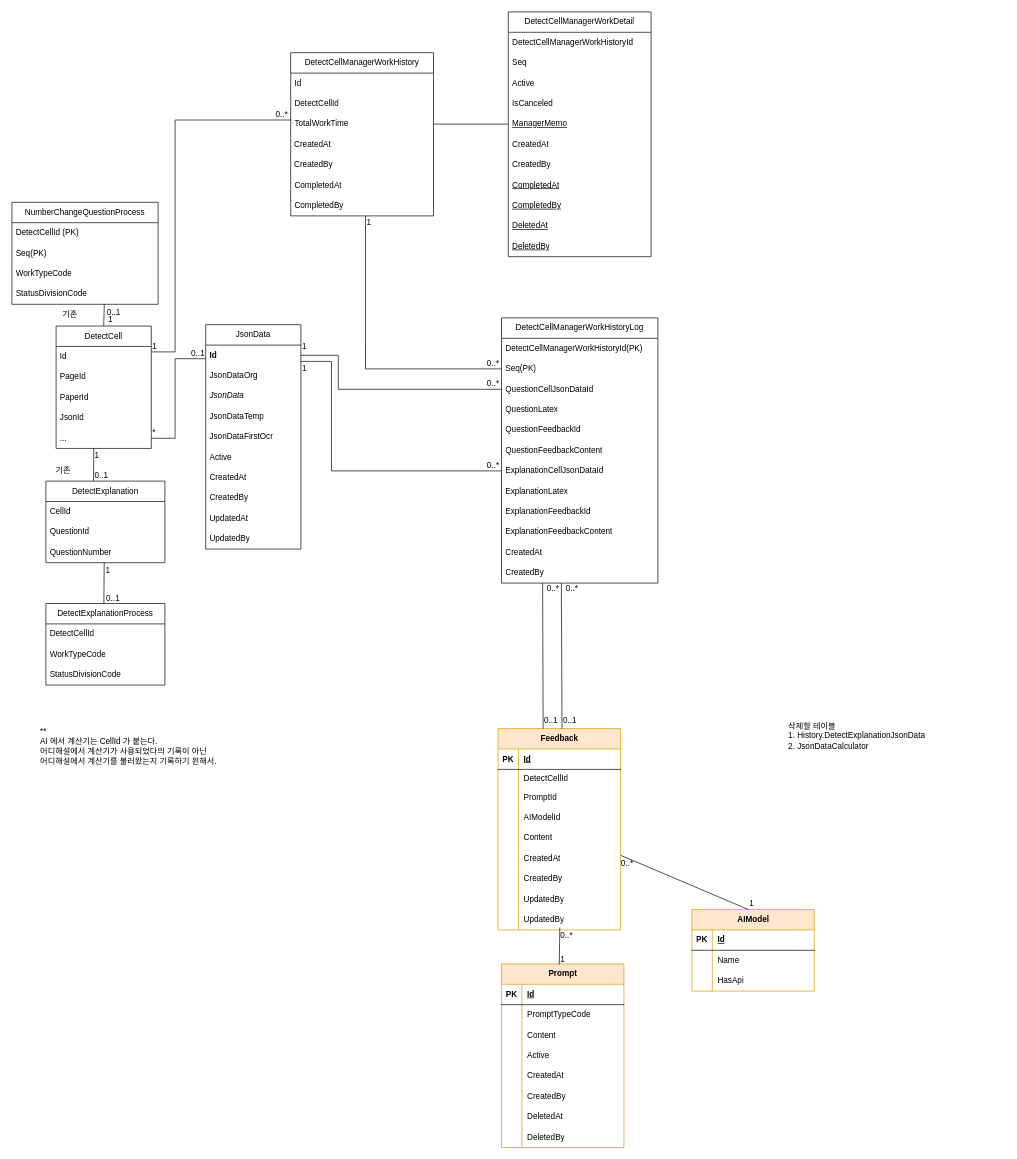
The draw.io diagram 해설계산기.drawio in hyeonzx/Explanation_Calculator, before the edit. Source tidied: cells renumbered, new cells numbered last; positions are measured from the earlier drawing's top-left corner, leaving out a move shared by most shapes. Both pictures are drawn from the tidied source at 68%, with x=0, y=0 at pixel (12, 12).
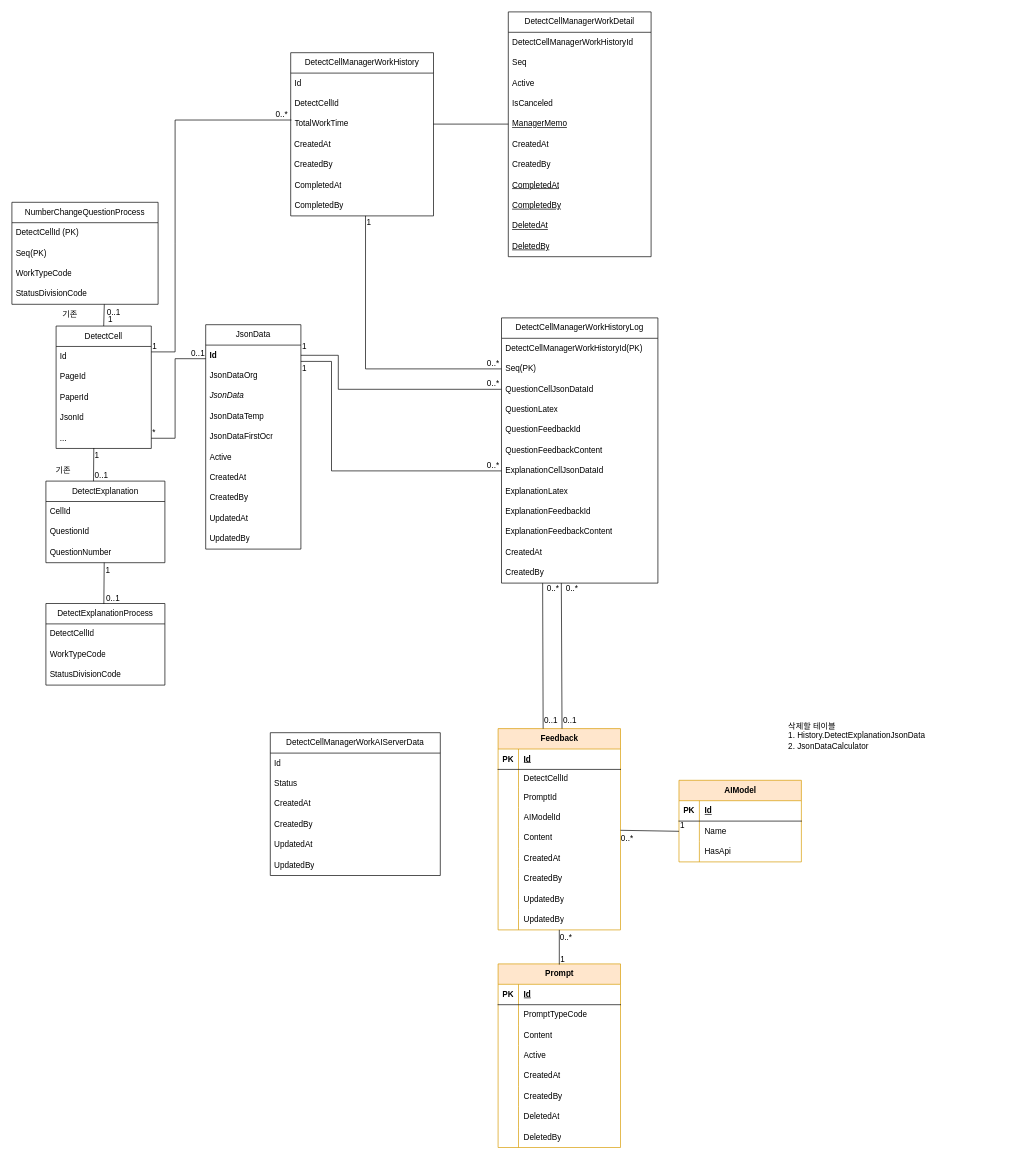
The same page after the edit.

Commit message:
해설계산기.drawio 업데이트

The change refers to these unchanged cells:
```xml
<mxCell id="77" value="Feedback" style="shape=table;startSize=30;childLayout=tableLayout;rowLines=0;fontStyle=1;align=center;html=1;fillColor=#ffe6cc;strokeColor=#d79b00;" parent="1" vertex="1">
  <mxGeometry x="715" y="1054" width="180" height="296" as="geometry" />
</mxCell>
<mxCell id="102" style="shape=tableRow;horizontal=0;startSize=0;swimlaneHead=0;swimlaneBody=0;fillColor=none;points=[[0,0.5],[1,0.5]];portConstraint=eastwest;top=0;left=0;right=0;bottom=0;" parent="77" vertex="1">
  <mxGeometry y="266" width="180" height="30" as="geometry" />
</mxCell>
<mxCell id="137" style="shape=tableRow;horizontal=0;startSize=0;swimlaneHead=0;swimlaneBody=0;fillColor=none;points=[[0,0.5],[1,0.5]];portConstraint=eastwest;top=0;left=0;right=0;bottom=0;" parent="133" vertex="1">
  <mxGeometry y="60" width="180" height="30" as="geometry" />
</mxCell>
```

Diff of the diagram source:
```diff
@@
-    <mxCell id="33" value="&lt;font face=&quot;눈누&quot;&gt;**&lt;/font&gt;&lt;div&gt;&lt;font face=&quot;눈누&quot;&gt;AI 에서 계산기는&amp;nbsp;&lt;span style=&quot;background-color: transparent; color: light-dark(rgb(0, 0, 0), rgb(255, 255, 255));&quot;&gt;CellId 가 붙는다.&lt;/span&gt;&lt;/font&gt;&lt;div&gt;&lt;font face=&quot;눈누&quot;&gt;어디해설에서 계산기가 사용되었다의 기록이 아닌&lt;/font&gt;&lt;/div&gt;&lt;div&gt;&lt;font face=&quot;눈누&quot;&gt;어디해설에서 계산기를 불러왔는지 기록하기 윈해서.&lt;/font&gt;&lt;/div&gt;&lt;/div&gt;" style="text;html=1;align=left;verticalAlign=middle;strokeColor=none;fillColor=none;" parent="1" vertex="1">
-      <mxGeometry x="40" y="1040" width="310" height="80" as="geometry" />
-    </mxCell>
@@
     <mxCell id="105" value="Prompt" style="shape=table;startSize=30;childLayout=tableLayout;rowLines=0;fontStyle=1;align=center;html=1;fillColor=#ffe6cc;strokeColor=#d79b00;" parent="1" vertex="1">
-      <mxGeometry x="720" y="1400" width="180" height="270" as="geometry" />
+      <mxGeometry x="715" y="1400" width="180" height="270" as="geometry" />
     </mxCell>
@@
-    <mxCell id="130" style="endArrow=none;html=1;rounded=0;exitX=0.5;exitY=0;exitDx=0;exitDy=0;entryX=0.504;entryY=0.886;entryDx=0;entryDy=0;entryPerimeter=0;" parent="1" edge="1" target="102">
+    <mxCell id="130" style="endArrow=none;html=1;rounded=0;exitX=0.5;exitY=0;exitDx=0;exitDy=0;" parent="1" edge="1" target="77">
       <mxGeometry relative="1" as="geometry">
         <mxPoint x="805" y="1401" as="sourcePoint" />
       </mxGeometry>
     </mxCell>
@@
     <mxCell id="133" value="AIModel" style="shape=table;startSize=30;childLayout=tableLayout;rowLines=0;fontStyle=1;align=center;html=1;fillColor=#ffe6cc;strokeColor=#d79b00;" parent="1" vertex="1">
-      <mxGeometry x="1000" y="1320" width="180" height="120" as="geometry" />
+      <mxGeometry x="981" y="1130" width="180" height="120" as="geometry" />
     </mxCell>
@@
-    <mxCell id="143" style="endArrow=none;html=1;rounded=0;exitX=0.461;exitY=0;exitDx=0;exitDy=0;exitPerimeter=0;" parent="1" edge="1" source="133" target="77">
+    <mxCell id="143" style="endArrow=none;html=1;rounded=0;exitX=0;exitY=0.5;exitDx=0;exitDy=0;" parent="1" edge="1" source="137" target="77">
       <mxGeometry relative="1" as="geometry" />
     </mxCell>
@@
+    <mxCell id="169" value="DetectCellManagerWorkAIServerData" style="swimlane;fontStyle=0;horizontal=1;startSize=30;whiteSpace=wrap;html=1;" parent="1" vertex="1">
+      <mxGeometry x="380" y="1060" width="250" height="210" as="geometry" />
+    </mxCell>
+    <mxCell id="170" value="Id" style="text;strokeColor=none;fillColor=none;align=left;verticalAlign=middle;spacingLeft=4;spacingRight=4;overflow=hidden;whiteSpace=wrap;html=1;" parent="169" vertex="1">
+      <mxGeometry y="30" width="250" height="30" as="geometry" />
+    </mxCell>
+    <mxCell id="171" value="Status" style="text;strokeColor=none;fillColor=none;align=left;verticalAlign=middle;spacingLeft=4;spacingRight=4;overflow=hidden;whiteSpace=wrap;html=1;" parent="169" vertex="1">
+      <mxGeometry y="60" width="250" height="30" as="geometry" />
+    </mxCell>
+    <mxCell id="172" value="CreatedAt" style="text;strokeColor=none;fillColor=none;align=left;verticalAlign=middle;spacingLeft=4;spacingRight=4;overflow=hidden;whiteSpace=wrap;html=1;" parent="169" vertex="1">
+      <mxGeometry y="90" width="250" height="30" as="geometry" />
+    </mxCell>
+    <mxCell id="173" value="CreatedBy" style="text;strokeColor=none;fillColor=none;align=left;verticalAlign=middle;spacingLeft=4;spacingRight=4;overflow=hidden;whiteSpace=wrap;html=1;" parent="169" vertex="1">
+      <mxGeometry y="120" width="250" height="30" as="geometry" />
+    </mxCell>
+    <mxCell id="174" value="UpdatedAt" style="text;strokeColor=none;fillColor=none;align=left;verticalAlign=middle;spacingLeft=4;spacingRight=4;overflow=hidden;whiteSpace=wrap;html=1;" parent="169" vertex="1">
+      <mxGeometry y="150" width="250" height="30" as="geometry" />
+    </mxCell>
+    <mxCell id="175" value="UpdatedBy" style="text;strokeColor=none;fillColor=none;align=left;verticalAlign=middle;spacingLeft=4;spacingRight=4;overflow=hidden;whiteSpace=wrap;html=1;" parent="169" vertex="1">
+      <mxGeometry y="180" width="250" height="30" as="geometry" />
+    </mxCell>
```
